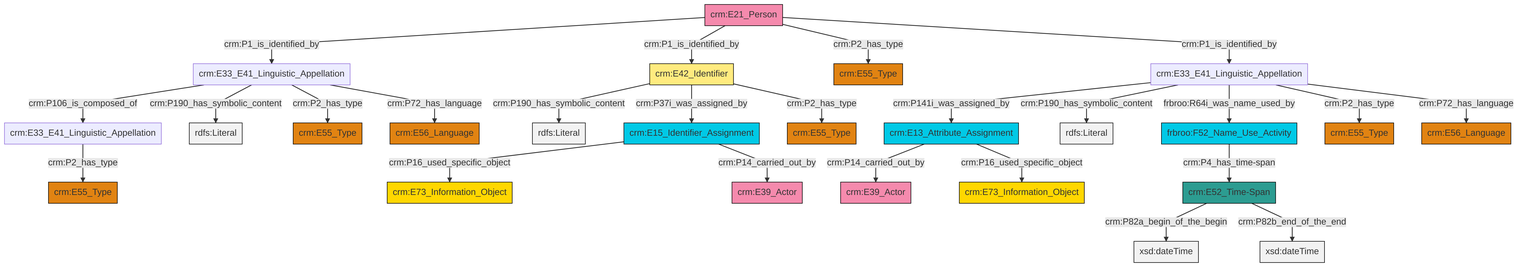
The Mermaid diagram et/personCSV/ttl/mmd/png/Person_Names_and_Classification.png in swiss-art-research-net/docs.swissartresearch, before a commit. Its source is kept beside it as et/personCSV/ttl/mmd/Person_Names_and_Classification.ttl.mmd.
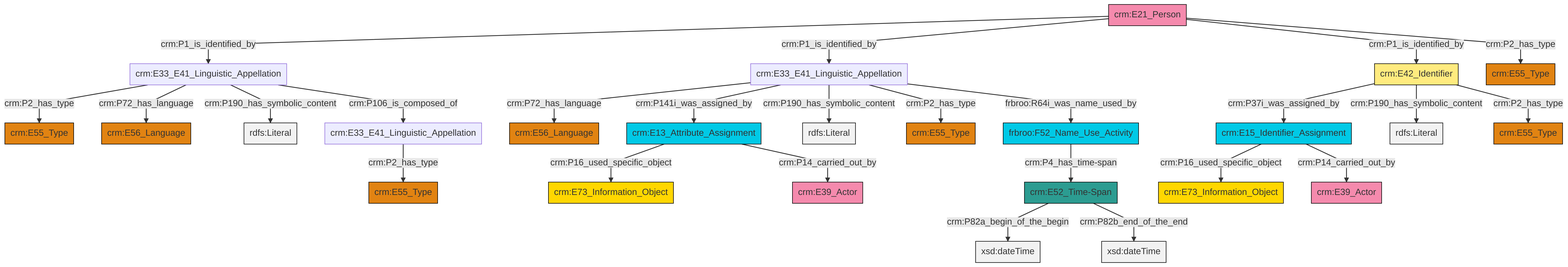
Above is the later version.

What changed in the source:
```diff
@@ -13,27 +13,27 @@
 classDef PC_Classes fill:#4ce600, stroke:#000000;
 classDef Multi fill:#cccccc,stroke:#000000;
 
-2["crm:E33_E41_Linguistic_Appellation"]:::Default -->|crm:P141i_was_assigned_by| 3["crm:E13_Attribute_Assignment"]:::Temporal_Entity
-4["crm:E33_E41_Linguistic_Appellation"]:::Default -->|crm:P106_is_composed_of| 5["crm:E33_E41_Linguistic_Appellation"]:::Default
-0["crm:E15_Identifier_Assignment"]:::Temporal_Entity -->|crm:P16_used_specific_object| 8["crm:E73_Information_Object"]:::Conceptual_Object
-0["crm:E15_Identifier_Assignment"]:::Temporal_Entity -->|crm:P14_carried_out_by| 9["crm:E39_Actor"]:::Actor
-2["crm:E33_E41_Linguistic_Appellation"]:::Default -->|crm:P190_has_symbolic_content| 10[rdfs:Literal]:::Literal
-6["crm:E21_Person"]:::Actor -->|crm:P1_is_identified_by| 4["crm:E33_E41_Linguistic_Appellation"]:::Default
-2["crm:E33_E41_Linguistic_Appellation"]:::Default -->|frbroo:R64i_was_name_used_by| 14["frbroo:F52_Name_Use_Activity"]:::Temporal_Entity
-15["crm:E42_Identifier"]:::Appellation -->|crm:P190_has_symbolic_content| 16[rdfs:Literal]:::Literal
-15["crm:E42_Identifier"]:::Appellation -->|crm:P37i_was_assigned_by| 0["crm:E15_Identifier_Assignment"]:::Temporal_Entity
-21["crm:E52_Time-Span"]:::Time-Span -->|crm:P82a_begin_of_the_begin| 22[xsd:dateTime]:::Literal
-6["crm:E21_Person"]:::Actor -->|crm:P1_is_identified_by| 15["crm:E42_Identifier"]:::Appellation
-2["crm:E33_E41_Linguistic_Appellation"]:::Default -->|crm:P2_has_type| 27["crm:E55_Type"]:::Type
-21["crm:E52_Time-Span"]:::Time-Span -->|crm:P82b_end_of_the_end| 30[xsd:dateTime]:::Literal
-3["crm:E13_Attribute_Assignment"]:::Temporal_Entity -->|crm:P14_carried_out_by| 25["crm:E39_Actor"]:::Actor
-6["crm:E21_Person"]:::Actor -->|crm:P2_has_type| 11["crm:E55_Type"]:::Type
-6["crm:E21_Person"]:::Actor -->|crm:P1_is_identified_by| 2["crm:E33_E41_Linguistic_Appellation"]:::Default
-4["crm:E33_E41_Linguistic_Appellation"]:::Default -->|crm:P190_has_symbolic_content| 39[rdfs:Literal]:::Literal
-2["crm:E33_E41_Linguistic_Appellation"]:::Default -->|crm:P72_has_language| 32["crm:E56_Language"]:::Type
-15["crm:E42_Identifier"]:::Appellation -->|crm:P2_has_type| 23["crm:E55_Type"]:::Type
-14["frbroo:F52_Name_Use_Activity"]:::Temporal_Entity -->|crm:P4_has_time-span| 21["crm:E52_Time-Span"]:::Time-Span
-5["crm:E33_E41_Linguistic_Appellation"]:::Default -->|crm:P2_has_type| 19["crm:E55_Type"]:::Type
-3["crm:E13_Attribute_Assignment"]:::Temporal_Entity -->|crm:P16_used_specific_object| 41["crm:E73_Information_Object"]:::Conceptual_Object
-4["crm:E33_E41_Linguistic_Appellation"]:::Default -->|crm:P2_has_type| 35["crm:E55_Type"]:::Type
-4["crm:E33_E41_Linguistic_Appellation"]:::Default -->|crm:P72_has_language| 17["crm:E56_Language"]:::Type
+0["crm:E33_E41_Linguistic_Appellation"]:::Default -->|crm:P2_has_type| 1["crm:E55_Type"]:::Type
+5["crm:E42_Identifier"]:::Appellation -->|crm:P37i_was_assigned_by| 6["crm:E15_Identifier_Assignment"]:::Temporal_Entity
+0["crm:E33_E41_Linguistic_Appellation"]:::Default -->|crm:P72_has_language| 13["crm:E56_Language"]:::Type
+14["crm:E33_E41_Linguistic_Appellation"]:::Default -->|crm:P72_has_language| 15["crm:E56_Language"]:::Type
+16["crm:E52_Time-Span"]:::Time-Span -->|crm:P82a_begin_of_the_begin| 17[xsd:dateTime]:::Literal
+14["crm:E33_E41_Linguistic_Appellation"]:::Default -->|crm:P141i_was_assigned_by| 11["crm:E13_Attribute_Assignment"]:::Temporal_Entity
+5["crm:E42_Identifier"]:::Appellation -->|crm:P190_has_symbolic_content| 19[rdfs:Literal]:::Literal
+16["crm:E52_Time-Span"]:::Time-Span -->|crm:P82b_end_of_the_end| 20[xsd:dateTime]:::Literal
+26["crm:E21_Person"]:::Actor -->|crm:P1_is_identified_by| 0["crm:E33_E41_Linguistic_Appellation"]:::Default
+11["crm:E13_Attribute_Assignment"]:::Temporal_Entity -->|crm:P16_used_specific_object| 27["crm:E73_Information_Object"]:::Conceptual_Object
+14["crm:E33_E41_Linguistic_Appellation"]:::Default -->|crm:P190_has_symbolic_content| 28[rdfs:Literal]:::Literal
+6["crm:E15_Identifier_Assignment"]:::Temporal_Entity -->|crm:P16_used_specific_object| 7["crm:E73_Information_Object"]:::Conceptual_Object
+14["crm:E33_E41_Linguistic_Appellation"]:::Default -->|crm:P2_has_type| 29["crm:E55_Type"]:::Type
+23["crm:E33_E41_Linguistic_Appellation"]:::Default -->|crm:P2_has_type| 31["crm:E55_Type"]:::Type
+5["crm:E42_Identifier"]:::Appellation -->|crm:P2_has_type| 21["crm:E55_Type"]:::Type
+35["frbroo:F52_Name_Use_Activity"]:::Temporal_Entity -->|crm:P4_has_time-span| 16["crm:E52_Time-Span"]:::Time-Span
+11["crm:E13_Attribute_Assignment"]:::Temporal_Entity -->|crm:P14_carried_out_by| 36["crm:E39_Actor"]:::Actor
+26["crm:E21_Person"]:::Actor -->|crm:P1_is_identified_by| 14["crm:E33_E41_Linguistic_Appellation"]:::Default
+26["crm:E21_Person"]:::Actor -->|crm:P1_is_identified_by| 5["crm:E42_Identifier"]:::Appellation
+26["crm:E21_Person"]:::Actor -->|crm:P2_has_type| 3["crm:E55_Type"]:::Type
+6["crm:E15_Identifier_Assignment"]:::Temporal_Entity -->|crm:P14_carried_out_by| 9["crm:E39_Actor"]:::Actor
+14["crm:E33_E41_Linguistic_Appellation"]:::Default -->|frbroo:R64i_was_name_used_by| 35["frbroo:F52_Name_Use_Activity"]:::Temporal_Entity
+0["crm:E33_E41_Linguistic_Appellation"]:::Default -->|crm:P190_has_symbolic_content| 46[rdfs:Literal]:::Literal
+0["crm:E33_E41_Linguistic_Appellation"]:::Default -->|crm:P106_is_composed_of| 23["crm:E33_E41_Linguistic_Appellation"]:::Default
```
